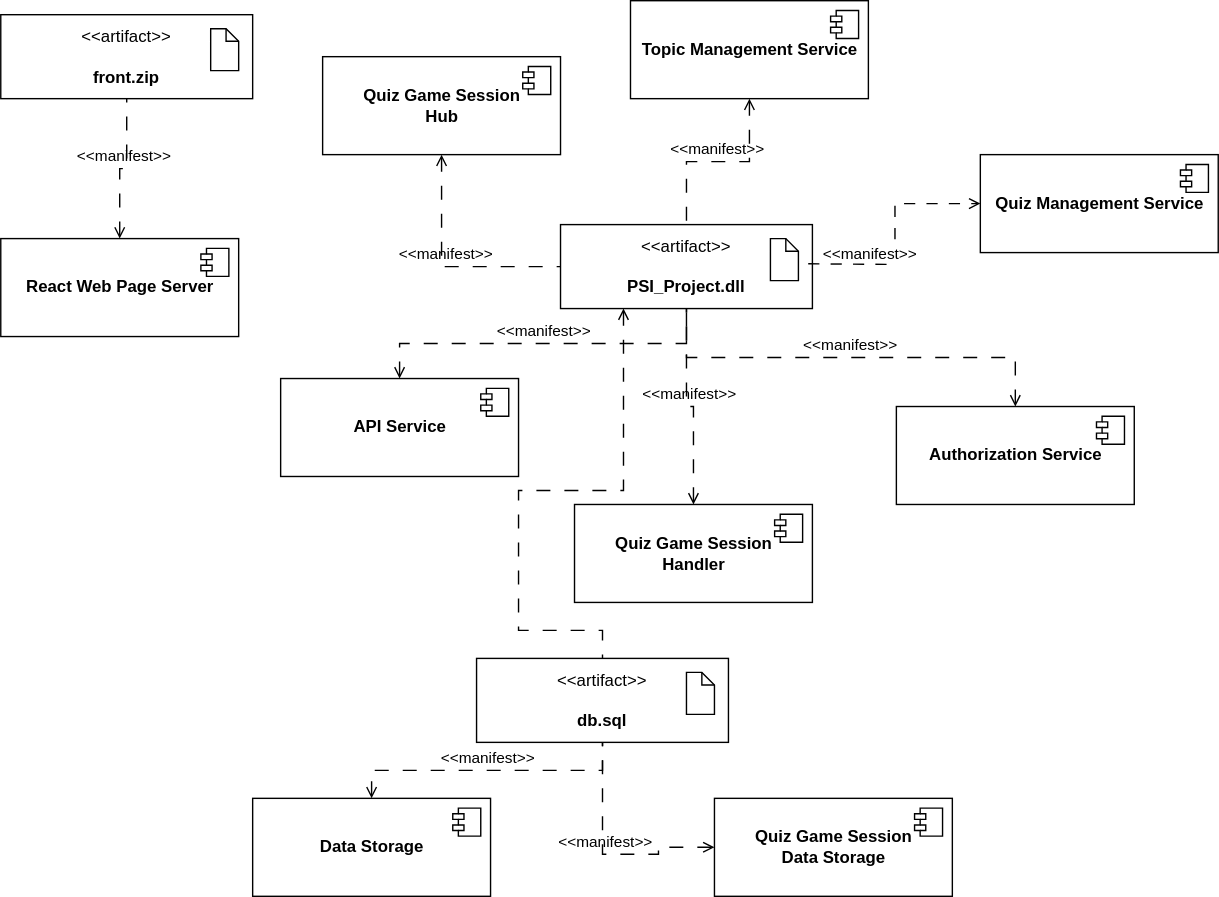
piatrashkakanstantinass/psi2 keeps this draw.io diagram as lab4/viewpoints/deployment/artifact-component.svg. Above is the earlier version. Source tidied: cells renumbered, new cells last; positions are measured from the earlier drawing's top-left corner, leaving out a move shared by most shapes.
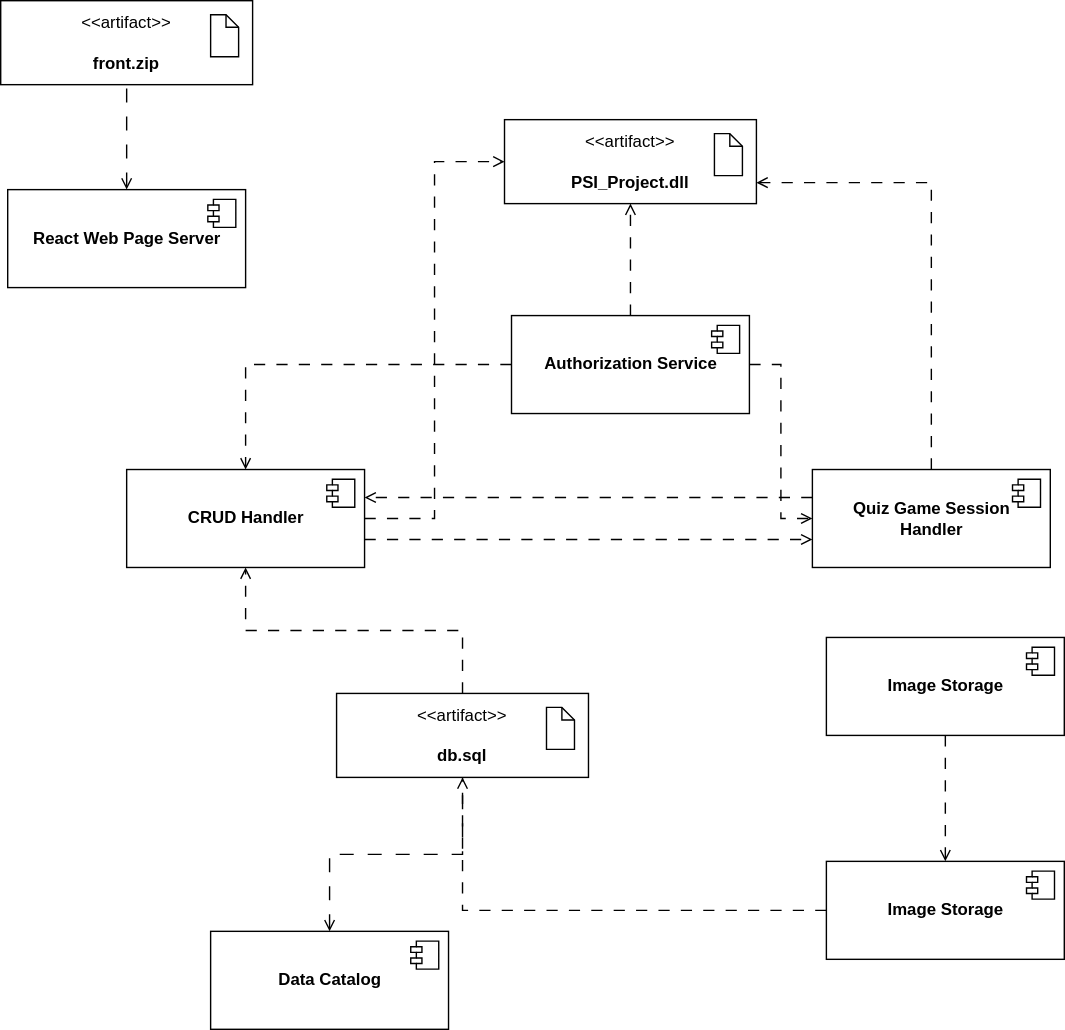
Above is the later version.

What changed in the source:
```diff
@@ -2,151 +2,130 @@
   <root>
     <mxCell id="0" />
     <mxCell id="1" parent="0" />
-    <mxCell id="2" style="group;" parent="1" vertex="1">
-      <mxGeometry y="10" width="180" height="60" as="geometry" />
-    </mxCell>
+    <mxCell id="39" style="group;" parent="1" vertex="1">
+      <mxGeometry x="40" y="75" width="180" height="60" as="geometry" />
+    </mxCell>
-    <mxCell id="3" value="&amp;lt;&amp;lt;artifact&amp;gt;&amp;gt;&lt;br&gt;&lt;br&gt;&lt;b&gt;front.zip&lt;/b&gt;" style="html=1;align=center;verticalAlign=middle;dashed=0;whiteSpace=wrap;" parent="2" vertex="1">
+    <mxCell id="3" value="&amp;lt;&amp;lt;artifact&amp;gt;&amp;gt;&lt;br&gt;&lt;br&gt;&lt;b&gt;front.zip&lt;/b&gt;" style="html=1;align=center;verticalAlign=middle;dashed=0;whiteSpace=wrap;" parent="39" vertex="1">
       <mxGeometry width="180" height="60" as="geometry" />
     </mxCell>
-    <mxCell id="4" style="shape=note2;size=9;html=1;" parent="2" vertex="1">
-      <mxGeometry x="150" y="10" width="20" height="30" as="geometry" />
-    </mxCell>
-    <mxCell id="5" style="group;" parent="1" vertex="1">
-      <mxGeometry x="340" y="470" width="180" height="60" as="geometry" />
-    </mxCell>
+    <mxCell id="40" style="shape=note2;size=9;html=1;" parent="39" vertex="1">
+      <mxGeometry x="150" y="10" width="20" height="30" as="geometry" />
+    </mxCell>
+    <mxCell id="41" style="group;" parent="1" vertex="1">
+      <mxGeometry x="280" y="570" width="180" height="60" as="geometry" />
+    </mxCell>
-    <mxCell id="6" value="&amp;lt;&amp;lt;artifact&amp;gt;&amp;gt;&lt;br&gt;&lt;br&gt;&lt;b&gt;db.sql&lt;/b&gt;" style="html=1;align=center;verticalAlign=middle;dashed=0;whiteSpace=wrap;" parent="5" vertex="1">
+    <mxCell id="6" value="&amp;lt;&amp;lt;artifact&amp;gt;&amp;gt;&lt;br&gt;&lt;br&gt;&lt;b&gt;db.sql&lt;/b&gt;" style="html=1;align=center;verticalAlign=middle;dashed=0;whiteSpace=wrap;" parent="41" vertex="1">
       <mxGeometry width="180" height="60" as="geometry" />
     </mxCell>
-    <mxCell id="7" style="shape=note2;size=9;html=1;" parent="5" vertex="1">
-      <mxGeometry x="150" y="10" width="20" height="30" as="geometry" />
-    </mxCell>
+    <mxCell id="42" style="shape=note2;size=9;html=1;" parent="41" vertex="1">
+      <mxGeometry x="150" y="10" width="20" height="30" as="geometry" />
+    </mxCell>
     <mxCell id="8" style="group;" parent="1" vertex="1">
       <mxGeometry x="400" y="160" width="180" height="60" as="geometry" />
     </mxCell>
     <mxCell id="9" value="&amp;lt;&amp;lt;artifact&amp;gt;&amp;gt;&lt;br&gt;&lt;br&gt;&lt;b&gt;PSI_Project.dll&lt;/b&gt;" style="html=1;align=center;verticalAlign=middle;dashed=0;whiteSpace=wrap;" parent="8" vertex="1">
       <mxGeometry width="180" height="60" as="geometry" />
     </mxCell>
-    <mxCell id="10" style="shape=note2;size=9;html=1;" parent="8" vertex="1">
-      <mxGeometry x="150" y="10" width="20" height="30" as="geometry" />
-    </mxCell>
+    <mxCell id="43" style="shape=note2;size=9;html=1;" parent="8" vertex="1">
+      <mxGeometry x="150" y="10" width="20" height="30" as="geometry" />
+    </mxCell>
-    <mxCell id="11" value="&amp;lt;&amp;lt;manifest&amp;gt;&amp;gt;" style="endArrow=none;startArrow=open;endFill=0;startFill=0;endSize=8;html=1;verticalAlign=bottom;dashed=1;labelBackgroundColor=none;dashPattern=10 10;rounded=0;edgeStyle=orthogonalEdgeStyle;exitX=0.5;exitY=0;exitDx=0;exitDy=0;" parent="1" edge="1" source="16" target="3">
+    <mxCell id="11" style="endArrow=none;startArrow=open;endFill=0;startFill=0;endSize=8;html=1;verticalAlign=bottom;dashed=1;labelBackgroundColor=none;dashPattern=10 10;rounded=0;edgeStyle=orthogonalEdgeStyle;exitX=0.5;exitY=0;exitDx=0;exitDy=0;" parent="1" edge="1" source="16" target="3">
       <mxGeometry relative="1" as="geometry" />
     </mxCell>
-    <mxCell id="12" value="&amp;lt;&amp;lt;manifest&amp;gt;&amp;gt;" style="endArrow=none;startArrow=open;endFill=0;startFill=0;endSize=8;html=1;verticalAlign=bottom;dashed=1;labelBackgroundColor=none;dashPattern=10 10;rounded=0;edgeStyle=orthogonalEdgeStyle;exitX=0.5;exitY=0;exitDx=0;exitDy=0;" parent="1" edge="1" source="32" target="6">
-      <mxGeometry relative="1" as="geometry" />
-    </mxCell>
-    <mxCell id="13" value="&amp;lt;&amp;lt;manifest&amp;gt;&amp;gt;" style="endArrow=none;startArrow=open;endFill=0;startFill=0;endSize=8;html=1;verticalAlign=bottom;dashed=1;labelBackgroundColor=none;dashPattern=10 10;rounded=0;edgeStyle=orthogonalEdgeStyle;exitX=0.5;exitY=0;exitDx=0;exitDy=0;" parent="1" edge="1" source="18" target="9">
-      <mxGeometry relative="1" as="geometry" />
-    </mxCell>
-    <mxCell id="14" value="&amp;lt;&amp;lt;manifest&amp;gt;&amp;gt;" style="endArrow=none;startArrow=open;endFill=0;startFill=0;endSize=8;html=1;verticalAlign=bottom;dashed=1;labelBackgroundColor=none;dashPattern=10 10;rounded=0;edgeStyle=orthogonalEdgeStyle;exitX=0.5;exitY=1;exitDx=0;exitDy=0;" parent="1" edge="1" source="30" target="9">
-      <mxGeometry relative="1" as="geometry" />
-    </mxCell>
+    <mxCell id="44" style="endArrow=none;startArrow=open;endFill=0;startFill=0;endSize=8;html=1;verticalAlign=bottom;dashed=1;labelBackgroundColor=none;dashPattern=10 10;rounded=0;edgeStyle=orthogonalEdgeStyle;exitX=0.5;exitY=0;exitDx=0;exitDy=0;" parent="1" edge="1" source="58" target="6">
+      <mxGeometry relative="1" as="geometry" />
+    </mxCell>
+    <mxCell id="16" value="&lt;b&gt;React Web Page Server&lt;/b&gt;" style="html=1;" parent="1" vertex="1">
+      <mxGeometry x="45" y="210" width="170" height="70" as="geometry" />
+    </mxCell>
+    <mxCell id="45" style="shape=module;jettyWidth=8;jettyHeight=4;" parent="16" vertex="1">
+      <mxGeometry x="1" width="20" height="20" relative="1" as="geometry">
+        <mxPoint x="-27" y="7" as="offset" />
+      </mxGeometry>
+    </mxCell>
+    <mxCell id="46" style="edgeStyle=orthogonalEdgeStyle;rounded=0;jettySize=auto;html=1;entryX=0;entryY=0.5;entryDx=0;entryDy=0;dashed=1;dashPattern=8 8;endArrow=open;endFill=0;" parent="1" edge="1" source="48" target="9">
+      <mxGeometry relative="1" as="geometry" />
+    </mxCell>
+    <mxCell id="47" style="edgeStyle=orthogonalEdgeStyle;rounded=0;orthogonalLoop=1;jettySize=auto;html=1;entryX=0;entryY=0.5;entryDx=0;entryDy=0;dashed=1;dashPattern=8 8;endArrow=open;endFill=0;" parent="1" edge="1">
+      <mxGeometry relative="1" as="geometry">
+        <mxPoint x="300" y="460" as="sourcePoint" />
+        <mxPoint x="620" y="460" as="targetPoint" />
+      </mxGeometry>
+    </mxCell>
+    <mxCell id="48" value="&lt;b&gt;CRUD Handler&lt;br&gt;&lt;/b&gt;" style="html=1;" parent="1" vertex="1">
+      <mxGeometry x="130" y="410" width="170" height="70" as="geometry" />
+    </mxCell>
+    <mxCell id="49" style="shape=module;jettyWidth=8;jettyHeight=4;" parent="48" vertex="1">
+      <mxGeometry x="1" width="20" height="20" relative="1" as="geometry">
+        <mxPoint x="-27" y="7" as="offset" />
+      </mxGeometry>
+    </mxCell>
-    <mxCell id="15" value="&amp;lt;&amp;lt;manifest&amp;gt;&amp;gt;" style="endArrow=none;startArrow=open;endFill=0;startFill=0;endSize=8;html=1;verticalAlign=bottom;dashed=1;labelBackgroundColor=none;dashPattern=10 10;rounded=0;edgeStyle=orthogonalEdgeStyle;exitX=0.5;exitY=0;exitDx=0;exitDy=0;" parent="1" edge="1" source="22" target="9">
+    <mxCell id="15" style="edgeStyle=orthogonalEdgeStyle;rounded=0;jettySize=auto;html=1;entryX=0.5;entryY=1;entryDx=0;entryDy=0;dashed=1;dashPattern=8 8;endArrow=open;endFill=0;" parent="1" edge="1" source="22" target="9">
       <mxGeometry relative="1" as="geometry" />
     </mxCell>
-    <mxCell id="16" value="&lt;b&gt;React Web Page Server&lt;/b&gt;" style="html=1;" parent="1" vertex="1">
-      <mxGeometry y="170" width="170" height="70" as="geometry" />
-    </mxCell>
-    <mxCell id="17" style="shape=module;jettyWidth=8;jettyHeight=4;" parent="16" vertex="1">
-      <mxGeometry x="1" width="20" height="20" relative="1" as="geometry">
-        <mxPoint x="-27" y="7" as="offset" />
-      </mxGeometry>
-    </mxCell>
-    <mxCell id="18" value="&lt;b&gt;API Service&lt;/b&gt;" style="html=1;" parent="1" vertex="1">
-      <mxGeometry x="200" y="270" width="170" height="70" as="geometry" />
-    </mxCell>
-    <mxCell id="19" style="shape=module;jettyWidth=8;jettyHeight=4;" parent="18" vertex="1">
-      <mxGeometry x="1" width="20" height="20" relative="1" as="geometry">
-        <mxPoint x="-27" y="7" as="offset" />
-      </mxGeometry>
-    </mxCell>
-    <mxCell id="20" value="&lt;b&gt;Quiz Game Session&lt;br&gt;Hub&lt;/b&gt;" style="html=1;" parent="1" vertex="1">
-      <mxGeometry x="230" y="40" width="170" height="70" as="geometry" />
-    </mxCell>
-    <mxCell id="21" style="shape=module;jettyWidth=8;jettyHeight=4;" parent="20" vertex="1">
-      <mxGeometry x="1" width="20" height="20" relative="1" as="geometry">
-        <mxPoint x="-27" y="7" as="offset" />
-      </mxGeometry>
-    </mxCell>
+    <mxCell id="50" style="edgeStyle=orthogonalEdgeStyle;rounded=0;jettySize=auto;html=1;entryX=0;entryY=0.5;entryDx=0;entryDy=0;dashed=1;dashPattern=8 8;endArrow=open;endFill=0;" parent="1" edge="1" source="22" target="26">
+      <mxGeometry relative="1" as="geometry" />
+    </mxCell>
+    <mxCell id="51" style="edgeStyle=orthogonalEdgeStyle;rounded=0;jettySize=auto;html=1;entryX=0.5;entryY=0;entryDx=0;entryDy=0;dashed=1;dashPattern=8 8;endArrow=open;endFill=0;" parent="1" edge="1" source="22" target="48">
+      <mxGeometry relative="1" as="geometry" />
+    </mxCell>
     <mxCell id="22" value="&lt;b&gt;Authorization Service&lt;/b&gt;" style="html=1;" parent="1" vertex="1">
-      <mxGeometry x="640" y="290" width="170" height="70" as="geometry" />
+      <mxGeometry x="405" y="300" width="170" height="70" as="geometry" />
     </mxCell>
-    <mxCell id="23" style="shape=module;jettyWidth=8;jettyHeight=4;" parent="22" vertex="1">
-      <mxGeometry x="1" width="20" height="20" relative="1" as="geometry">
-        <mxPoint x="-27" y="7" as="offset" />
-      </mxGeometry>
-    </mxCell>
-    <mxCell id="24" value="&lt;b&gt;Quiz Management Service&lt;/b&gt;" style="html=1;" parent="1" vertex="1">
-      <mxGeometry x="700" y="110" width="170" height="70" as="geometry" />
-    </mxCell>
-    <mxCell id="25" style="shape=module;jettyWidth=8;jettyHeight=4;" parent="24" vertex="1">
-      <mxGeometry x="1" width="20" height="20" relative="1" as="geometry">
-        <mxPoint x="-27" y="7" as="offset" />
-      </mxGeometry>
-    </mxCell>
+    <mxCell id="52" style="shape=module;jettyWidth=8;jettyHeight=4;" parent="22" vertex="1">
+      <mxGeometry x="1" width="20" height="20" relative="1" as="geometry">
+        <mxPoint x="-27" y="7" as="offset" />
+      </mxGeometry>
+    </mxCell>
+    <mxCell id="53" style="edgeStyle=orthogonalEdgeStyle;rounded=0;orthogonalLoop=1;jettySize=auto;html=1;entryX=1;entryY=0.5;entryDx=0;entryDy=0;dashed=1;dashPattern=8 8;endArrow=open;endFill=0;" parent="1" edge="1">
+      <mxGeometry relative="1" as="geometry">
+        <mxPoint x="620" y="430" as="sourcePoint" />
+        <mxPoint x="300" y="430" as="targetPoint" />
+      </mxGeometry>
+    </mxCell>
+    <mxCell id="37" style="edgeStyle=orthogonalEdgeStyle;rounded=0;jettySize=auto;html=1;entryX=1;entryY=0.75;entryDx=0;entryDy=0;exitX=0.5;exitY=0;exitDx=0;exitDy=0;dashed=1;dashPattern=8 8;endArrow=open;endFill=0;" parent="1" edge="1" source="26" target="9">
+      <mxGeometry relative="1" as="geometry" />
+    </mxCell>
     <mxCell id="26" value="&lt;b&gt;Quiz Game Session&lt;br&gt;Handler&lt;/b&gt;" style="html=1;" parent="1" vertex="1">
-      <mxGeometry x="410" y="360" width="170" height="70" as="geometry" />
+      <mxGeometry x="620" y="410" width="170" height="70" as="geometry" />
     </mxCell>
-    <mxCell id="27" style="shape=module;jettyWidth=8;jettyHeight=4;" parent="26" vertex="1">
-      <mxGeometry x="1" width="20" height="20" relative="1" as="geometry">
-        <mxPoint x="-27" y="7" as="offset" />
-      </mxGeometry>
-    </mxCell>
-    <mxCell id="28" value="&lt;b&gt;Quiz Game Session&lt;br&gt;Data Storage&lt;/b&gt;" style="html=1;" parent="1" vertex="1">
-      <mxGeometry x="510" y="570" width="170" height="70" as="geometry" />
-    </mxCell>
-    <mxCell id="29" style="shape=module;jettyWidth=8;jettyHeight=4;" parent="28" vertex="1">
-      <mxGeometry x="1" width="20" height="20" relative="1" as="geometry">
-        <mxPoint x="-27" y="7" as="offset" />
-      </mxGeometry>
-    </mxCell>
-    <mxCell id="30" value="&lt;b&gt;Topic Management Service&lt;/b&gt;" style="html=1;" parent="1" vertex="1">
-      <mxGeometry x="450" width="170" height="70" as="geometry" />
-    </mxCell>
-    <mxCell id="31" style="shape=module;jettyWidth=8;jettyHeight=4;" parent="30" vertex="1">
-      <mxGeometry x="1" width="20" height="20" relative="1" as="geometry">
-        <mxPoint x="-27" y="7" as="offset" />
-      </mxGeometry>
-    </mxCell>
-    <mxCell id="32" value="&lt;b&gt;Data Storage&lt;/b&gt;" style="html=1;" parent="1" vertex="1">
-      <mxGeometry x="180" y="570" width="170" height="70" as="geometry" />
-    </mxCell>
-    <mxCell id="33" style="shape=module;jettyWidth=8;jettyHeight=4;" parent="32" vertex="1">
-      <mxGeometry x="1" width="20" height="20" relative="1" as="geometry">
-        <mxPoint x="-27" y="7" as="offset" />
-      </mxGeometry>
-    </mxCell>
-    <mxCell id="34" value="&amp;lt;&amp;lt;manifest&amp;gt;&amp;gt;" style="edgeStyle=orthogonalEdgeStyle;rounded=0;jettySize=auto;html=1;entryX=0;entryY=0.5;entryDx=0;entryDy=0;dashed=1;dashPattern=8 8;endArrow=open;endFill=0;" parent="1" edge="1" target="24">
-      <mxGeometry x="-0.16" y="18" relative="1" as="geometry">
-        <mxPoint x="577" y="188" as="sourcePoint" />
-      </mxGeometry>
-    </mxCell>
-    <mxCell id="35" value="&amp;lt;&amp;lt;manifest&amp;gt;&amp;gt;" style="endArrow=none;startArrow=open;endFill=0;startFill=0;endSize=8;html=1;verticalAlign=bottom;dashed=1;labelBackgroundColor=none;dashPattern=10 10;rounded=0;edgeStyle=orthogonalEdgeStyle;exitX=0;exitY=0.5;exitDx=0;exitDy=0;" parent="1" edge="1" source="28">
-      <mxGeometry relative="1" as="geometry">
-        <mxPoint x="430" y="530" as="targetPoint" />
-        <Array as="points">
-          <mxPoint x="500" y="605" />
-          <mxPoint x="470" y="605" />
-          <mxPoint x="470" y="610" />
-          <mxPoint x="430" y="610" />
-        </Array>
-      </mxGeometry>
-    </mxCell>
-    <mxCell id="36" value="&amp;lt;&amp;lt;manifest&amp;gt;&amp;gt;" style="endArrow=none;startArrow=open;endFill=0;startFill=0;endSize=8;html=1;verticalAlign=bottom;dashed=1;labelBackgroundColor=none;dashPattern=10 10;rounded=0;edgeStyle=orthogonalEdgeStyle;exitX=0.5;exitY=1;exitDx=0;exitDy=0;entryX=0;entryY=0.5;entryDx=0;entryDy=0;" parent="1" edge="1" source="20" target="9">
-      <mxGeometry relative="1" as="geometry" />
-    </mxCell>
-    <mxCell id="37" value="&amp;lt;&amp;lt;manifest&amp;gt;&amp;gt;" style="endArrow=none;startArrow=open;endFill=0;startFill=0;endSize=8;html=1;verticalAlign=bottom;dashed=1;labelBackgroundColor=none;dashPattern=10 10;rounded=0;edgeStyle=orthogonalEdgeStyle;exitX=0.5;exitY=0;exitDx=0;exitDy=0;entryX=0.5;entryY=1;entryDx=0;entryDy=0;" parent="1" edge="1" source="26" target="9">
-      <mxGeometry relative="1" as="geometry" />
-    </mxCell>
-    <mxCell id="38" style="endArrow=none;startArrow=open;endFill=0;startFill=0;endSize=8;html=1;verticalAlign=bottom;dashed=1;labelBackgroundColor=none;dashPattern=10 10;rounded=0;edgeStyle=orthogonalEdgeStyle;entryX=0.5;entryY=0;entryDx=0;entryDy=0;exitX=0.25;exitY=1;exitDx=0;exitDy=0;" parent="1" edge="1" source="9" target="6">
-      <mxGeometry relative="1" as="geometry">
-        <Array as="points">
-          <mxPoint x="445" y="350" />
-          <mxPoint x="370" y="350" />
-          <mxPoint x="370" y="450" />
-          <mxPoint x="430" y="450" />
-        </Array>
-      </mxGeometry>
-    </mxCell>
+    <mxCell id="54" style="shape=module;jettyWidth=8;jettyHeight=4;" parent="26" vertex="1">
+      <mxGeometry x="1" width="20" height="20" relative="1" as="geometry">
+        <mxPoint x="-27" y="7" as="offset" />
+      </mxGeometry>
+    </mxCell>
+    <mxCell id="55" style="edgeStyle=orthogonalEdgeStyle;rounded=0;jettySize=auto;html=1;entryX=0.5;entryY=1;entryDx=0;entryDy=0;dashed=1;dashPattern=8 8;endArrow=open;endFill=0;" parent="1" edge="1" source="56" target="6">
+      <mxGeometry relative="1" as="geometry" />
+    </mxCell>
+    <mxCell id="56" value="&lt;b&gt;Image Storage&lt;br&gt;&lt;/b&gt;" style="html=1;" parent="1" vertex="1">
+      <mxGeometry x="630" y="690" width="170" height="70" as="geometry" />
+    </mxCell>
+    <mxCell id="57" style="shape=module;jettyWidth=8;jettyHeight=4;" parent="56" vertex="1">
+      <mxGeometry x="1" width="20" height="20" relative="1" as="geometry">
+        <mxPoint x="-27" y="7" as="offset" />
+      </mxGeometry>
+    </mxCell>
+    <mxCell id="58" value="&lt;b&gt;Data Catalog&lt;br&gt;&lt;/b&gt;" style="html=1;" parent="1" vertex="1">
+      <mxGeometry x="190" y="740" width="170" height="70" as="geometry" />
+    </mxCell>
+    <mxCell id="59" style="shape=module;jettyWidth=8;jettyHeight=4;" parent="58" vertex="1">
+      <mxGeometry x="1" width="20" height="20" relative="1" as="geometry">
+        <mxPoint x="-27" y="7" as="offset" />
+      </mxGeometry>
+    </mxCell>
+    <mxCell id="60" style="edgeStyle=orthogonalEdgeStyle;rounded=0;jettySize=auto;html=1;entryX=0.5;entryY=0;entryDx=0;entryDy=0;dashed=1;dashPattern=8 8;endArrow=open;endFill=0;" parent="1" edge="1" source="61" target="56">
+      <mxGeometry relative="1" as="geometry" />
+    </mxCell>
+    <mxCell id="61" value="&lt;b&gt;Image Storage&lt;br&gt;&lt;/b&gt;" style="html=1;" parent="1" vertex="1">
+      <mxGeometry x="630" y="530" width="170" height="70" as="geometry" />
+    </mxCell>
+    <mxCell id="62" style="shape=module;jettyWidth=8;jettyHeight=4;" parent="61" vertex="1">
+      <mxGeometry x="1" width="20" height="20" relative="1" as="geometry">
+        <mxPoint x="-27" y="7" as="offset" />
+      </mxGeometry>
+    </mxCell>
+    <mxCell id="63" style="edgeStyle=orthogonalEdgeStyle;rounded=0;jettySize=auto;html=1;entryX=0.5;entryY=1;entryDx=0;entryDy=0;dashed=1;dashPattern=8 8;endArrow=open;endFill=0;" parent="1" edge="1" source="6" target="48">
+      <mxGeometry relative="1" as="geometry" />
+    </mxCell>
   </root>
 </mxGraphModel>
```
